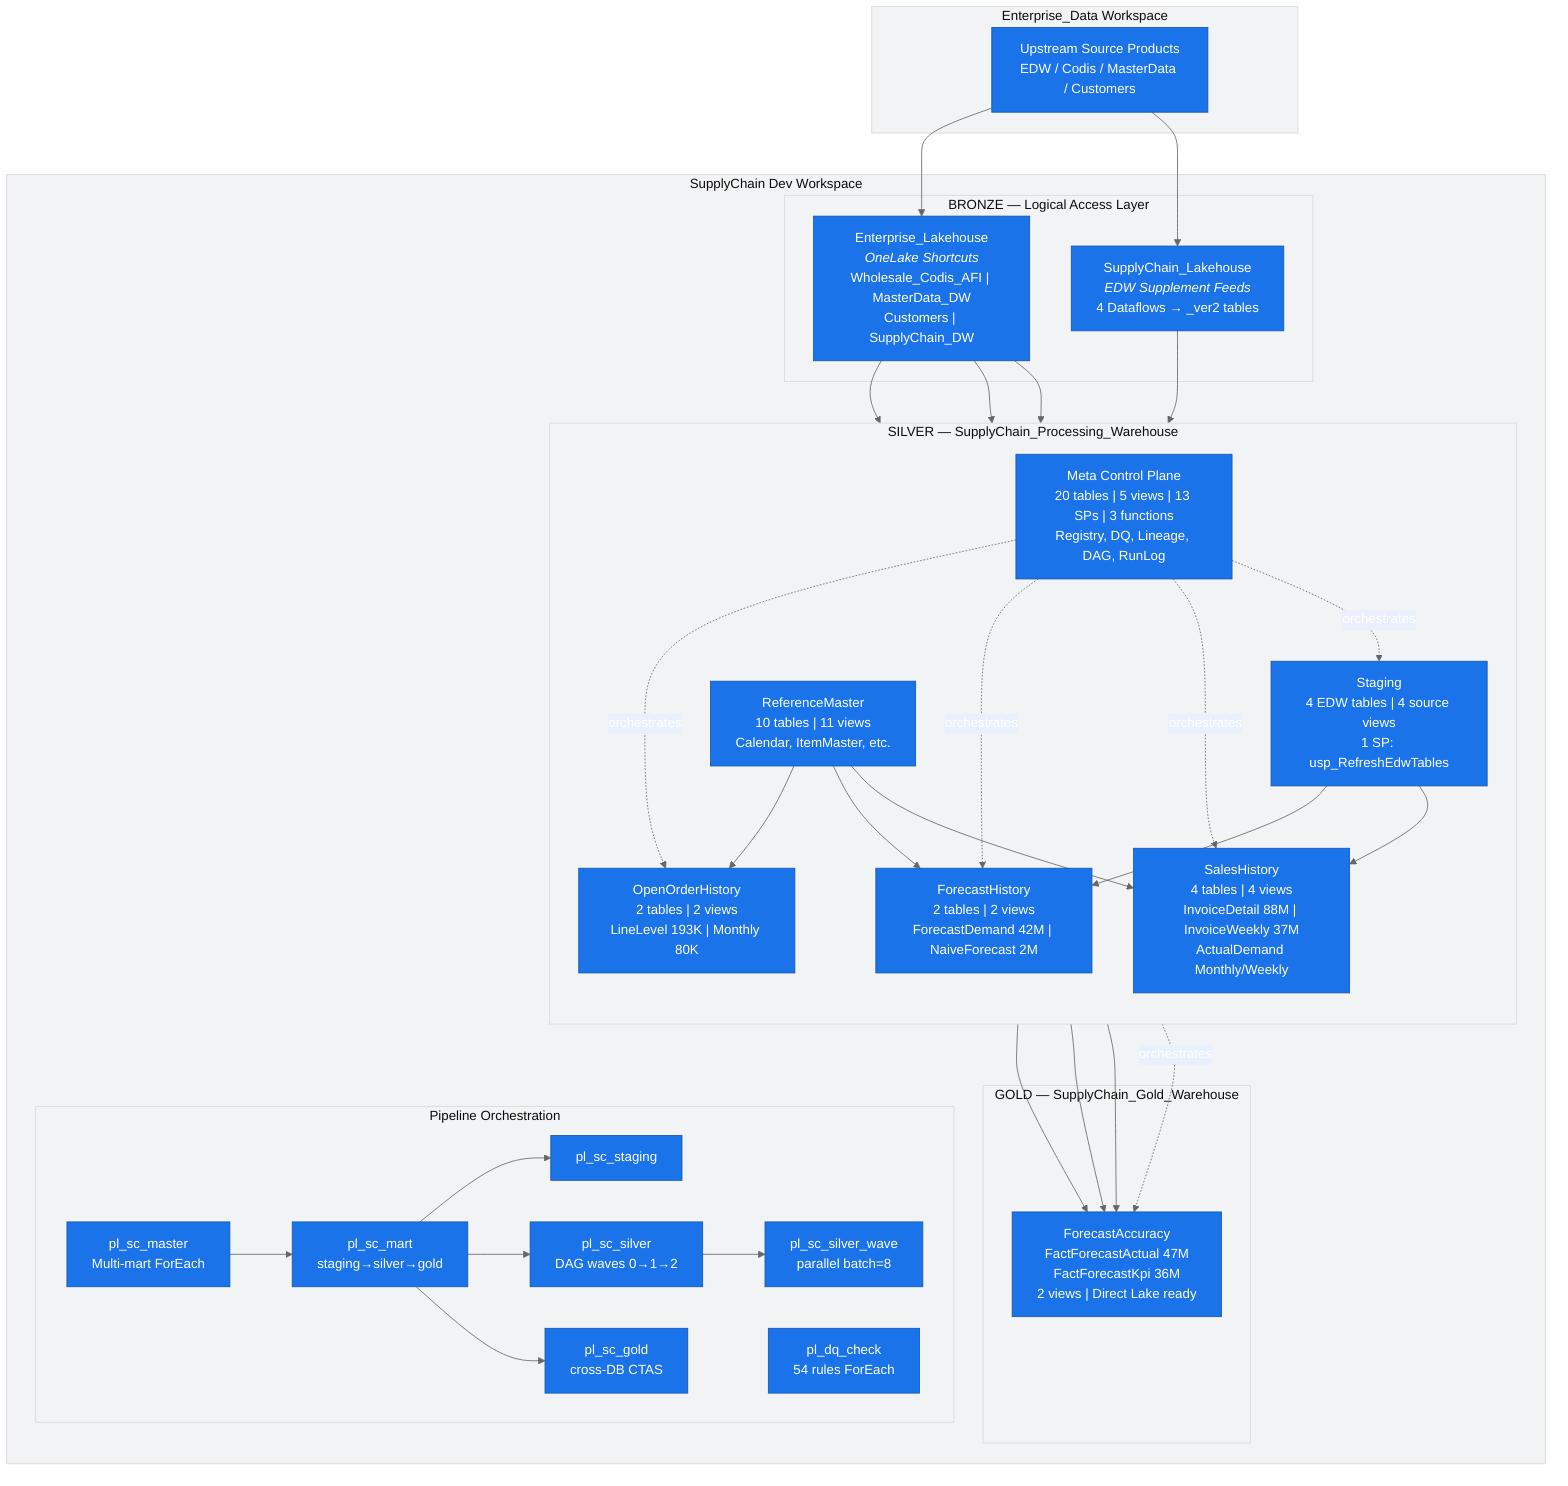
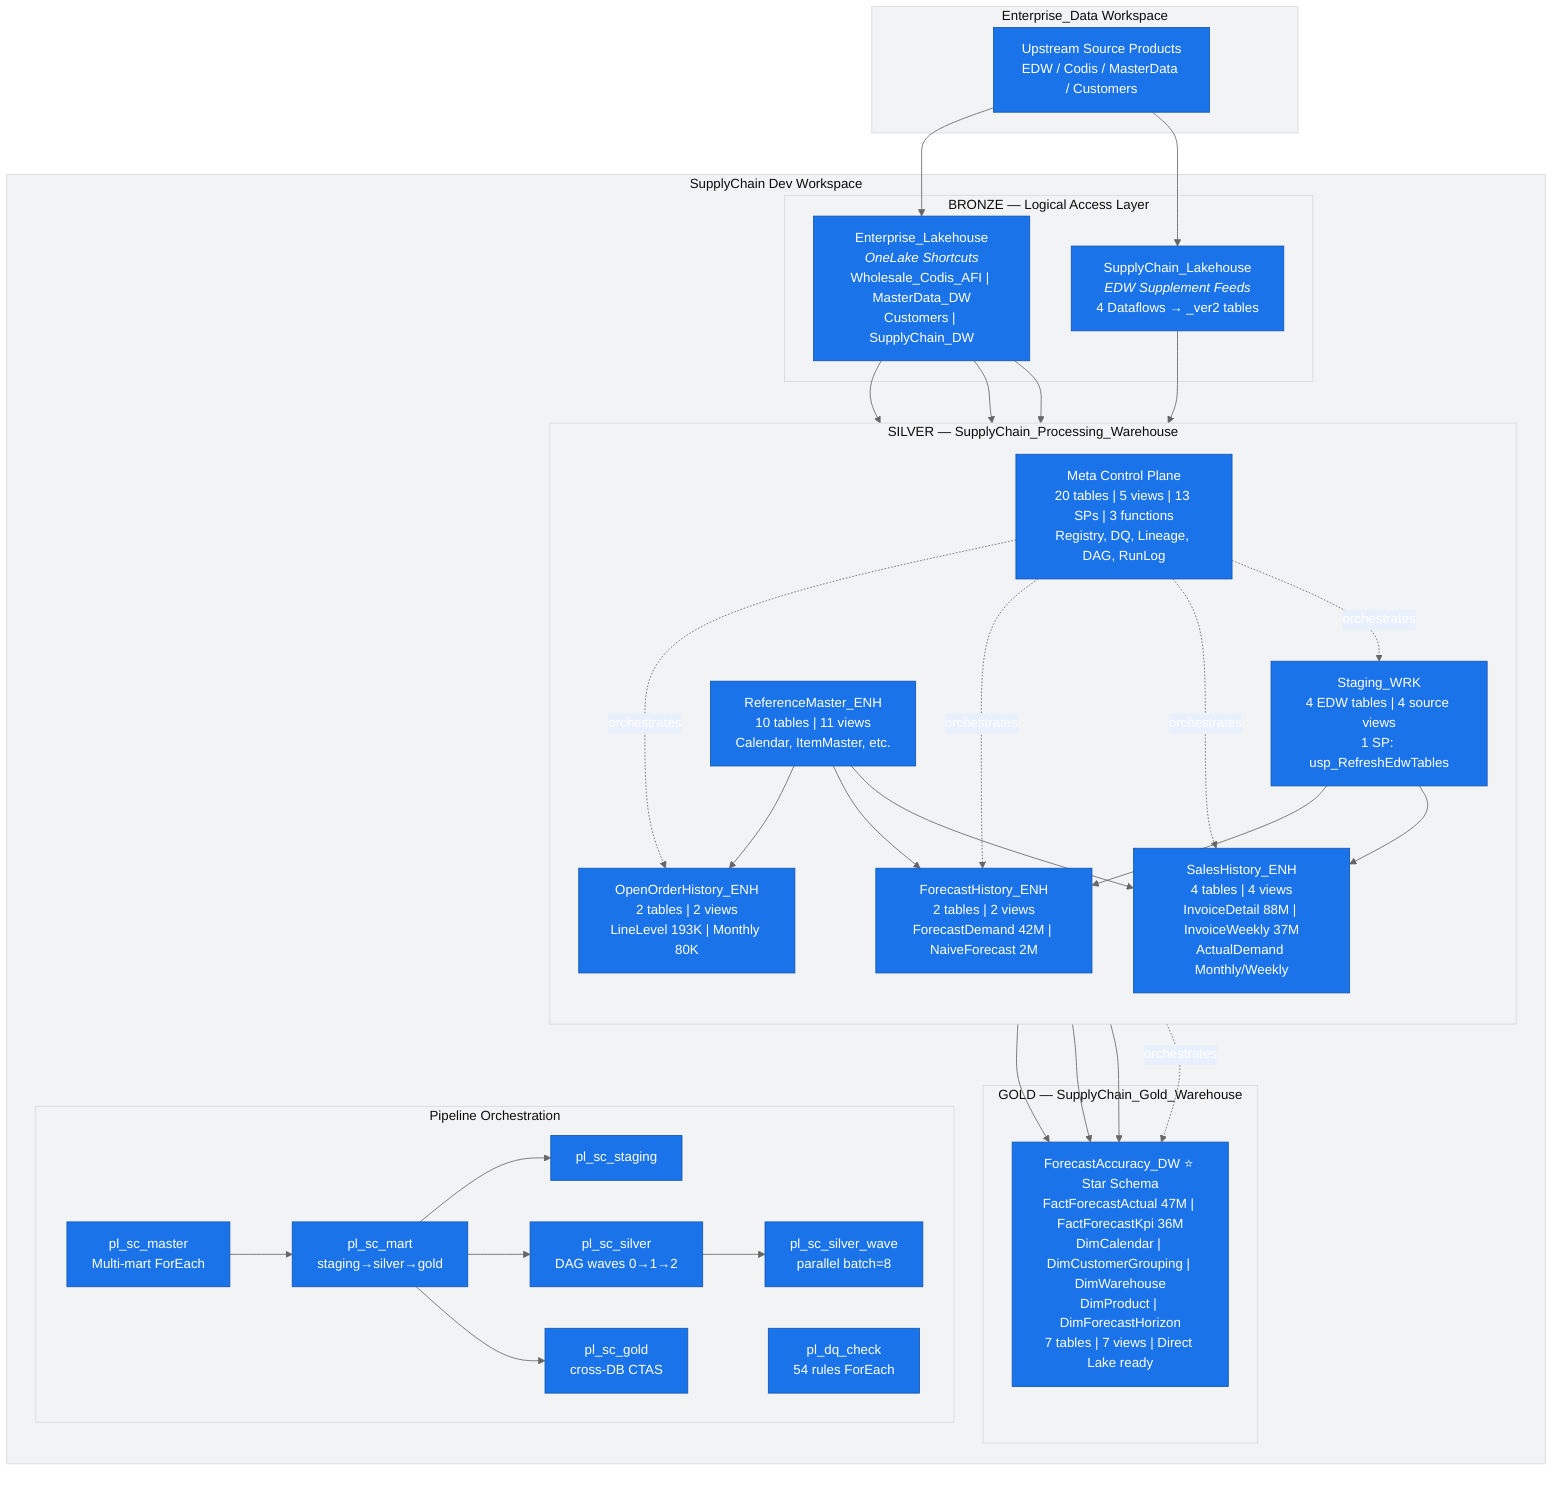
%%{init: {'theme': 'base', 'themeVariables': {'primaryColor': '#1a73e8', 'primaryTextColor': '#fff', 'primaryBorderColor': '#1557b0', 'lineColor': '#666', 'secondaryColor': '#e8f0fe', 'tertiaryColor': '#f1f3f4'}}}%%
flowchart TB
    subgraph EXT["Enterprise_Data Workspace"]
        SRC["Upstream Source Products<br/>EDW / Codis / MasterData / Customers"]
    end

    subgraph SC["SupplyChain Dev Workspace"]
        subgraph BRONZE["BRONZE — Logical Access Layer"]
            EL["Enterprise_Lakehouse<br/><i>OneLake Shortcuts</i><br/>Wholesale_Codis_AFI | MasterData_DW<br/>Customers | SupplyChain_DW"]
            SL["SupplyChain_Lakehouse<br/><i>EDW Supplement Feeds</i><br/>4 Dataflows → _ver2 tables"]
        end

        subgraph SILVER["SILVER — SupplyChain_Processing_Warehouse"]
            direction TB
-             STG["Staging<br/>4 EDW tables | 4 source views<br/>1 SP: usp_RefreshEdwTables"]
-             REF["ReferenceMaster<br/>10 tables | 11 views<br/>Calendar, ItemMaster, etc."]
-             SH["SalesHistory<br/>4 tables | 4 views<br/>InvoiceDetail 88M | InvoiceWeekly 37M<br/>ActualDemand Monthly/Weekly"]
-             FH["ForecastHistory<br/>2 tables | 2 views<br/>ForecastDemand 42M | NaiveForecast 2M"]
-             OH["OpenOrderHistory<br/>2 tables | 2 views<br/>LineLevel 193K | Monthly 80K"]
+             STG["Staging_WRK<br/>4 EDW tables | 4 source views<br/>1 SP: usp_RefreshEdwTables"]
+             REF["ReferenceMaster_ENH<br/>10 tables | 11 views<br/>Calendar, ItemMaster, etc."]
+             SH["SalesHistory_ENH<br/>4 tables | 4 views<br/>InvoiceDetail 88M | InvoiceWeekly 37M<br/>ActualDemand Monthly/Weekly"]
+             FH["ForecastHistory_ENH<br/>2 tables | 2 views<br/>ForecastDemand 42M | NaiveForecast 2M"]
+             OH["OpenOrderHistory_ENH<br/>2 tables | 2 views<br/>LineLevel 193K | Monthly 80K"]
            META["Meta Control Plane<br/>20 tables | 5 views | 13 SPs | 3 functions<br/>Registry, DQ, Lineage, DAG, RunLog"]
        end

        subgraph GOLD["GOLD — SupplyChain_Gold_Warehouse"]
-             FA["ForecastAccuracy<br/>FactForecastActual 47M<br/>FactForecastKpi 36M<br/>2 views | Direct Lake ready"]
+             FA["ForecastAccuracy_DW ⭐ Star Schema<br/>FactForecastActual 47M | FactForecastKpi 36M<br/>DimCalendar | DimCustomerGrouping | DimWarehouse<br/>DimProduct | DimForecastHorizon<br/>7 tables | 7 views | Direct Lake ready"]
        end

        subgraph PIPE["Pipeline Orchestration"]
            PM["pl_sc_master<br/>Multi-mart ForEach"]
            PMT["pl_sc_mart<br/>staging→silver→gold"]
            PS["pl_sc_staging"]
            PSV["pl_sc_silver<br/>DAG waves 0→1→2"]
            PSW["pl_sc_silver_wave<br/>parallel batch=8"]
            PG["pl_sc_gold<br/>cross-DB CTAS"]
            PDQ["pl_dq_check<br/>54 rules ForEach"]
        end
    end

    SRC --> EL
    SRC --> SL
    EL --> STG
    SL --> STG
    EL --> REF
    STG --> SH
    STG --> FH
    REF --> SH
    REF --> FH
    REF --> OH
    EL --> OH
    SH --> FA
    FH --> FA
    OH --> FA
    META -.->|orchestrates| STG
    META -.->|orchestrates| SH
    META -.->|orchestrates| FH
    META -.->|orchestrates| OH
    META -.->|orchestrates| FA
    PM --> PMT
    PMT --> PS
    PMT --> PSV
    PMT --> PG
    PSV --> PSW
